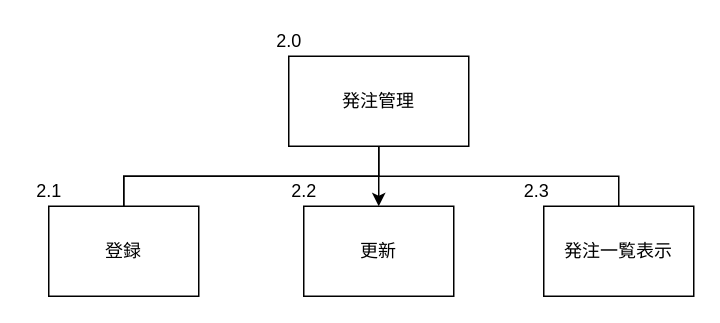
Earlier version of the draw.io diagram サブシステム構造図/発注管理.drawio (Yamanin3/system-devel). Source tidied: cells renumbered, new cells numbered last; positions are measured from the earlier drawing's top-left corner, leaving out a move shared by most shapes. Both pictures are drawn from the tidied source at 150%, with x=0, y=0 at pixel (26, 26).
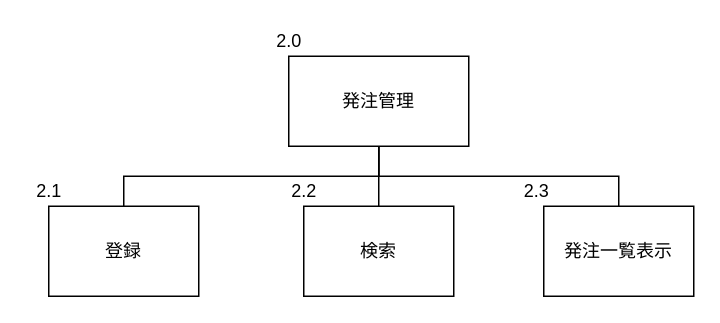
The same page after the edit.

Diff of the diagram source:
```diff
@@
 <mxGraphModel>
   <root>
     <mxCell id="0" />
     <mxCell id="1" parent="0" />
     <mxCell id="2" value="発注管理" style="whiteSpace=wrap;html=1;align=center;" parent="1" vertex="1">
       <mxGeometry x="175" y="20" width="120" height="60" as="geometry" />
     </mxCell>
     <mxCell id="3" value="発注一覧表示" style="whiteSpace=wrap;html=1;align=center;verticalAlign=middle;" parent="1" vertex="1">
       <mxGeometry x="345" y="120" width="100" height="60" as="geometry" />
     </mxCell>
     <mxCell id="4" style="edgeStyle=elbowEdgeStyle;elbow=vertical;startArrow=none;endArrow=none;rounded=0;" parent="1" edge="1" target="3">
       <mxGeometry relative="1" as="geometry">
         <mxPoint x="235" y="80" as="sourcePoint" />
       </mxGeometry>
     </mxCell>
-    <mxCell id="5" style="edgeStyle=orthogonalEdgeStyle;rounded=0;jettySize=auto;html=1;" parent="1" edge="1" source="6" target="7">
-      <mxGeometry relative="1" as="geometry">
-        <Array as="points">
-          <mxPoint x="65" y="100" />
-          <mxPoint x="235" y="100" />
-        </Array>
-      </mxGeometry>
-    </mxCell>
     <mxCell id="6" value="登録" style="whiteSpace=wrap;html=1;align=center;verticalAlign=middle;" parent="1" vertex="1">
       <mxGeometry x="15" y="120" width="100" height="60" as="geometry" />
     </mxCell>
-    <mxCell id="7" value="更新" style="whiteSpace=wrap;html=1;align=center;verticalAlign=middle;" parent="1" vertex="1">
+    <mxCell id="7" value="検索" style="whiteSpace=wrap;html=1;align=center;verticalAlign=middle;" parent="1" vertex="1">
       <mxGeometry x="185" y="120" width="100" height="60" as="geometry" />
     </mxCell>
     <mxCell id="8" style="edgeStyle=elbowEdgeStyle;elbow=vertical;startArrow=none;endArrow=none;rounded=0;exitX=0.5;exitY=1;exitDx=0;exitDy=0;" parent="1" edge="1" source="2" target="6">
       <mxGeometry relative="1" as="geometry" />
     </mxCell>
     <mxCell id="9" value="2.0" style="text;html=1;align=center;verticalAlign=middle;fillColor=none;strokeColor=none;rounded=0;" parent="1" vertex="1">
       <mxGeometry x="160" width="30" height="20" as="geometry" />
     </mxCell>
     <mxCell id="10" value="2.1" style="text;html=1;align=center;verticalAlign=middle;fillColor=none;strokeColor=none;rounded=0;" parent="1" vertex="1">
       <mxGeometry y="100" width="30" height="20" as="geometry" />
     </mxCell>
     <mxCell id="11" value="2.2" style="text;html=1;align=center;verticalAlign=middle;fillColor=none;strokeColor=none;rounded=0;" parent="1" vertex="1">
       <mxGeometry x="170" y="100" width="30" height="20" as="geometry" />
     </mxCell>
     <mxCell id="12" value="2.3" style="text;html=1;align=center;verticalAlign=middle;fillColor=none;strokeColor=none;rounded=0;" parent="1" vertex="1">
       <mxGeometry x="325" y="100" width="30" height="20" as="geometry" />
     </mxCell>
+    <mxCell id="13" style="edgeStyle=elbowEdgeStyle;elbow=vertical;startArrow=none;endArrow=none;rounded=0;exitX=0.5;exitY=1;exitDx=0;exitDy=0;entryX=0.5;entryY=0;entryDx=0;entryDy=0;" parent="1" edge="1" source="2" target="7">
+      <mxGeometry relative="1" as="geometry" />
+    </mxCell>
   </root>
 </mxGraphModel>
```
